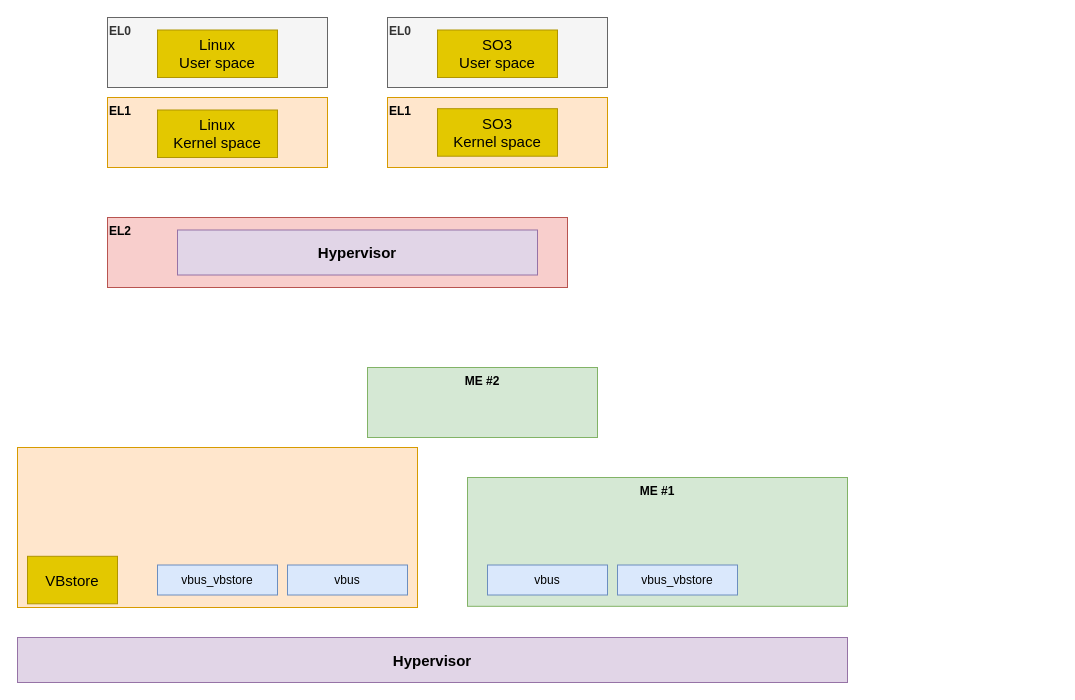
Earlier version of the draw.io diagram page "ARM64VT_2" (11 of 14) of doc/source/img/SOO.drawio (smartobjectoriented/soo). Source tidied: cells renumbered, new cells numbered last; positions are measured from the earlier drawing's top-left corner, leaving out a move shared by most shapes. Both pictures are drawn from the tidied source at 100%, with x=0, y=0 at pixel (17, 17).
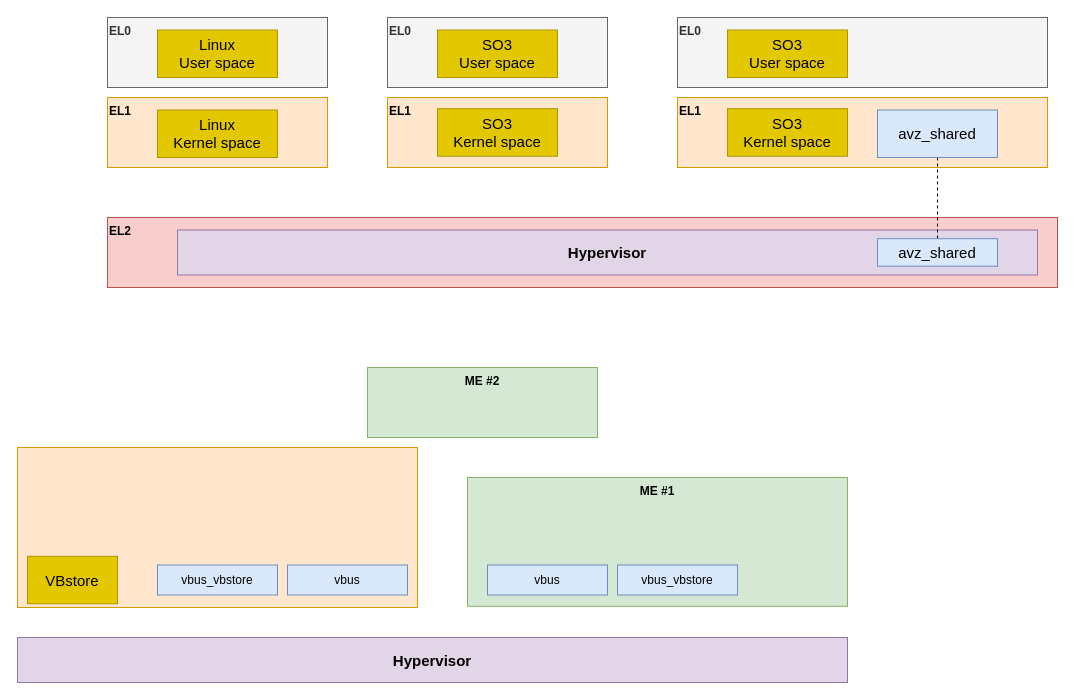
The same page after the edit.

Diff of the diagram source:
```diff
@@
     <mxCell id="2" value="EL2" style="rounded=0;whiteSpace=wrap;html=1;fillColor=#f8cecc;strokeColor=#b85450;fontStyle=1;verticalAlign=top;align=left;" parent="1" vertex="1">
-      <mxGeometry x="90" y="200" width="460" height="70" as="geometry" />
+      <mxGeometry x="90" y="200" width="950" height="70" as="geometry" />
     </mxCell>
@@
     <mxCell id="5" value="Hypervisor" style="rounded=0;whiteSpace=wrap;html=1;fontStyle=1;fontSize=15;fillColor=#e1d5e7;strokeColor=#9673a6;" parent="1" vertex="1">
-      <mxGeometry x="160" y="212.5" width="360" height="45" as="geometry" />
+      <mxGeometry x="160" y="212.5" width="860" height="45" as="geometry" />
     </mxCell>
@@
+    <mxCell id="21" value="EL1" style="rounded=0;whiteSpace=wrap;html=1;fillColor=#ffe6cc;strokeColor=#d79b00;fontStyle=1;verticalAlign=top;align=left;" parent="1" vertex="1">
+      <mxGeometry x="660" y="80" width="370" height="70" as="geometry" />
+    </mxCell>
+    <mxCell id="22" value="EL0" style="rounded=0;whiteSpace=wrap;html=1;fillColor=#f5f5f5;strokeColor=#666666;fontStyle=1;verticalAlign=top;align=left;fontColor=#333333;" parent="1" vertex="1">
+      <mxGeometry x="660" width="370" height="70" as="geometry" />
+    </mxCell>
+    <mxCell id="23" value="SO3&lt;br&gt;User space" style="rounded=0;whiteSpace=wrap;html=1;fontSize=15;fillColor=#e3c800;strokeColor=#B09500;fontColor=#000000;" parent="1" vertex="1">
+      <mxGeometry x="710" y="12.5" width="120" height="47.5" as="geometry" />
+    </mxCell>
+    <mxCell id="24" value="SO3&lt;br&gt;Kernel space" style="rounded=0;whiteSpace=wrap;html=1;fontSize=15;fillColor=#e3c800;strokeColor=#B09500;fontColor=#000000;" parent="1" vertex="1">
+      <mxGeometry x="710" y="91.2" width="120" height="47.5" as="geometry" />
+    </mxCell>
+    <mxCell id="25" style="edgeStyle=orthogonalEdgeStyle;rounded=0;jettySize=auto;html=1;strokeColor=default;endArrow=none;startFill=0;dashed=1;" parent="1" edge="1" source="26" target="27">
+      <mxGeometry relative="1" as="geometry" />
+    </mxCell>
+    <mxCell id="26" value="avz_shared" style="rounded=0;whiteSpace=wrap;html=1;fontSize=15;fillColor=#dae8fc;strokeColor=#6c8ebf;" parent="1" vertex="1">
+      <mxGeometry x="860" y="92.5" width="120" height="47.5" as="geometry" />
+    </mxCell>
+    <mxCell id="27" value="avz_shared" style="rounded=0;whiteSpace=wrap;html=1;fontSize=15;fillColor=#dae8fc;strokeColor=#6c8ebf;" parent="1" vertex="1">
+      <mxGeometry x="860" y="221.2" width="120" height="27.5" as="geometry" />
+    </mxCell>
```
